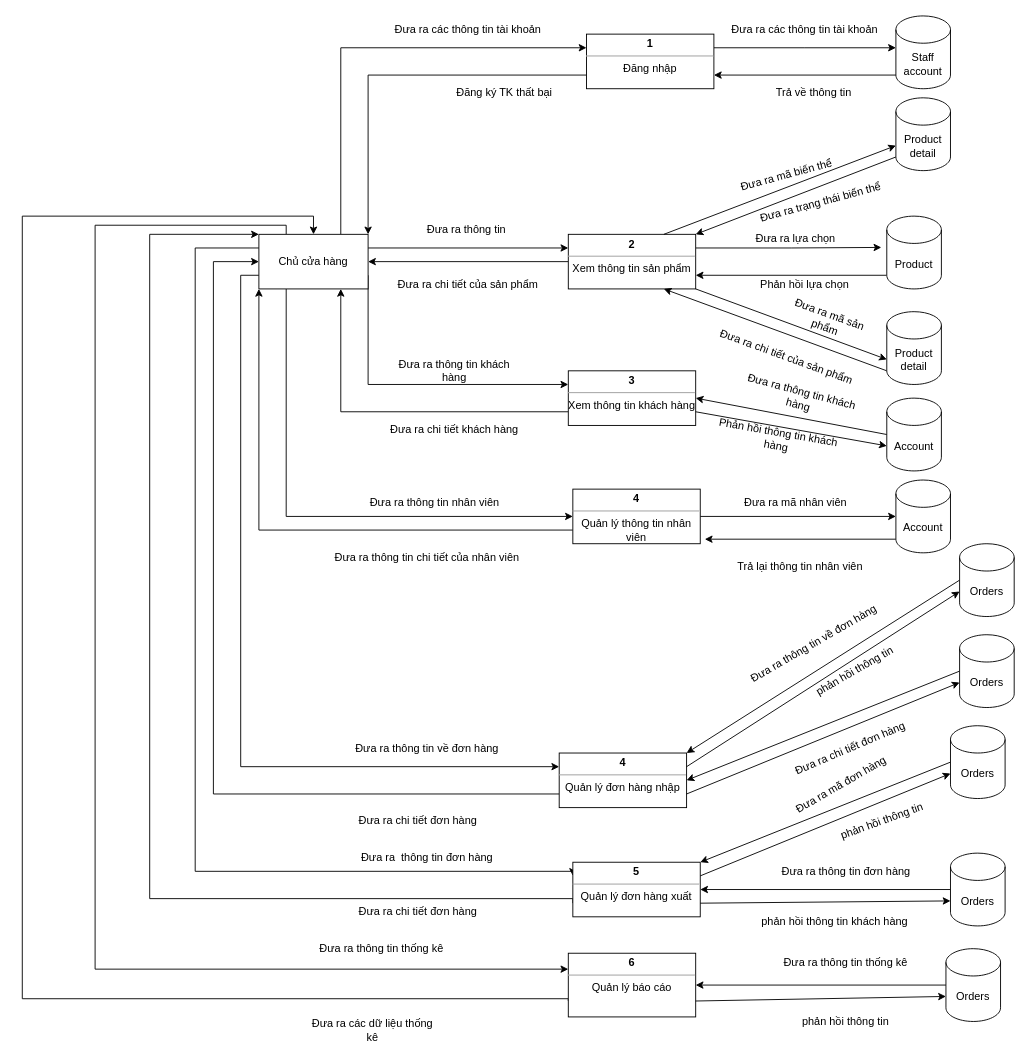
Earlier version of the draw.io diagram page "DFD chủ cửa hàng" (13 of 15) of Diagram for assign.drawio (khanh8603/khanh8603). Source tidied: cells renumbered, new cells numbered last; positions are measured from the earlier drawing's top-left corner, leaving out a move shared by most shapes. Both pictures are drawn from the tidied source at 91%, with x=0, y=0 at pixel (22, 15).
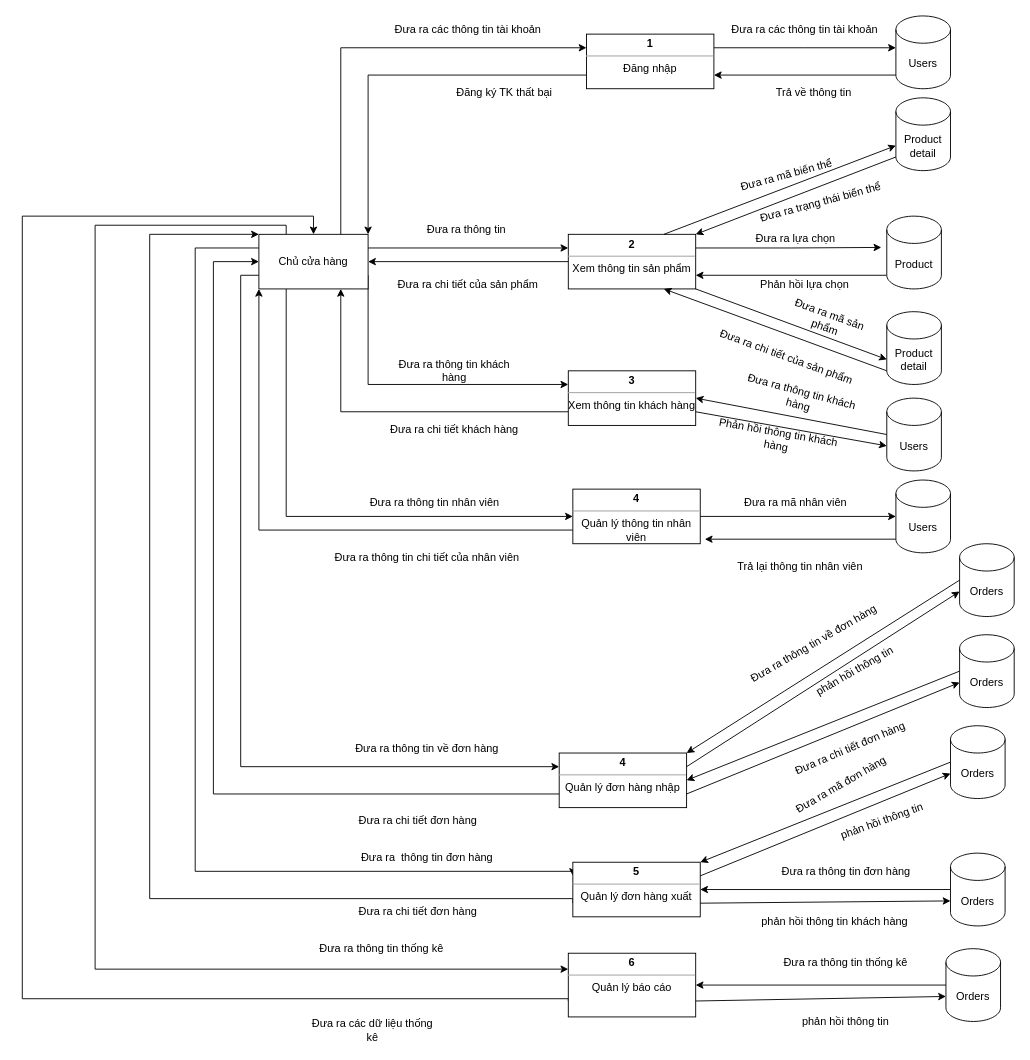
The same diagram, later.

Change to the diagram source:
```diff
@@
-    <mxCell id="10" value="Staff&lt;br&gt;account" style="shape=cylinder3;whiteSpace=wrap;html=1;boundedLbl=1;backgroundOutline=1;size=15;strokeWidth=1;" parent="1" vertex="1">
+    <mxCell id="10" value="Users" style="shape=cylinder3;whiteSpace=wrap;html=1;boundedLbl=1;backgroundOutline=1;size=15;strokeWidth=1;" parent="1" vertex="1">
       <mxGeometry x="960" width="60" height="80" as="geometry" />
     </mxCell>
@@
-    <mxCell id="36" value="Account" style="shape=cylinder3;whiteSpace=wrap;html=1;boundedLbl=1;backgroundOutline=1;size=15;" parent="1" vertex="1">
+    <mxCell id="36" value="Users" style="shape=cylinder3;whiteSpace=wrap;html=1;boundedLbl=1;backgroundOutline=1;size=15;" parent="1" vertex="1">
       <mxGeometry x="950" y="420" width="60" height="80" as="geometry" />
     </mxCell>
@@
-    <mxCell id="87" value="Account" style="shape=cylinder3;whiteSpace=wrap;html=1;boundedLbl=1;backgroundOutline=1;size=15;" parent="1" vertex="1">
+    <mxCell id="87" value="Users" style="shape=cylinder3;whiteSpace=wrap;html=1;boundedLbl=1;backgroundOutline=1;size=15;" parent="1" vertex="1">
       <mxGeometry x="960" y="510" width="60" height="80" as="geometry" />
     </mxCell>
```
